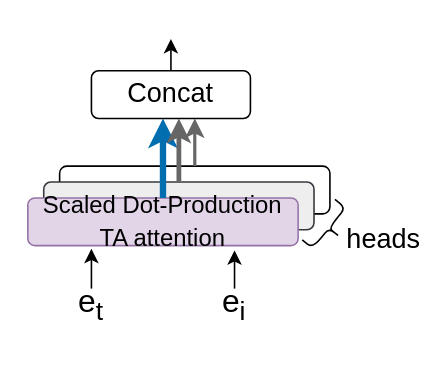
The draw.io diagram page "multi-heads attention" (1 of 6) of Untitled Diagram.drawio in jlinleung/Cheatsheets, before the edit. Source tidied: cells renumbered, new cells numbered last; positions are measured from the earlier drawing's top-left corner, leaving out a move shared by most shapes. Both pictures are drawn from the tidied source at 159%, with x=0, y=0 at pixel (27, 38).
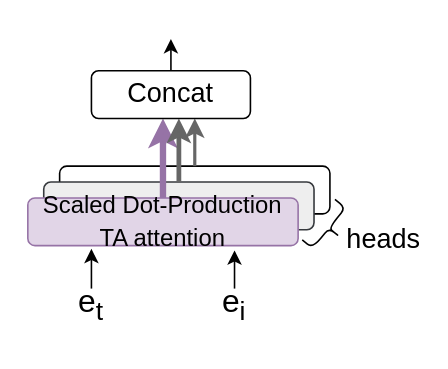
The same page after the edit.

Unchanged cells that the change refers to:
```xml
<mxCell id="5" value="&lt;font style=&quot;font-size: 15px&quot;&gt;Scaled Dot-Production TA attention&lt;/font&gt;" style="rounded=1;whiteSpace=wrap;html=1;strokeWidth=1;fillColor=#e1d5e7;fontSize=17;strokeColor=#9673a6;" parent="2" vertex="1">
  <mxGeometry y="20" width="170" height="30" as="geometry" />
</mxCell>
```

What changed in the source:
```diff
@@
-    <mxCell id="13" style="endArrow=classic;html=1;strokeWidth=4;fontSize=17;exitX=0.5;exitY=0;exitDx=0;exitDy=0;fillColor=#1ba1e2;strokeColor=#006EAF;" parent="1" edge="1" source="5">
+    <mxCell id="13" style="endArrow=classic;html=1;strokeWidth=4;fontSize=17;exitX=0.5;exitY=0;exitDx=0;exitDy=0;fillColor=#e1d5e7;strokeColor=#9673a6;" parent="1" edge="1" source="5">
       <mxGeometry relative="1" as="geometry">
         <mxPoint x="85" y="50" as="targetPoint" />
       </mxGeometry>
     </mxCell>
```
